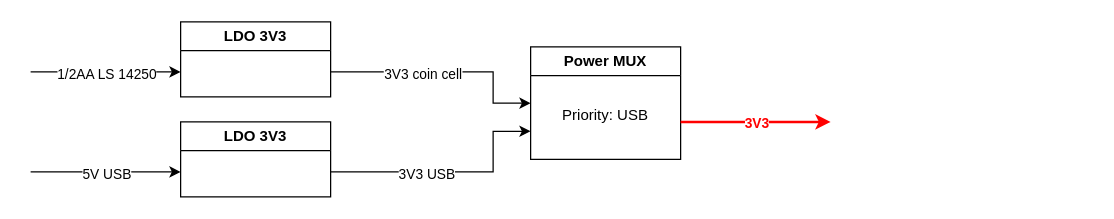
This is 2026_C_AV_FDR/Documents/power_rail_FDR.drawio from EPFLRocketTeam/2026_C_AV_HARDWARE, a draw.io file, before an edit. Source tidied: cells renumbered, new cells numbered last; positions are measured from the earlier drawing's top-left corner, leaving out a move shared by most shapes. Both pictures are drawn from the tidied source at 125%, with x=0, y=0 at pixel (30, 21).
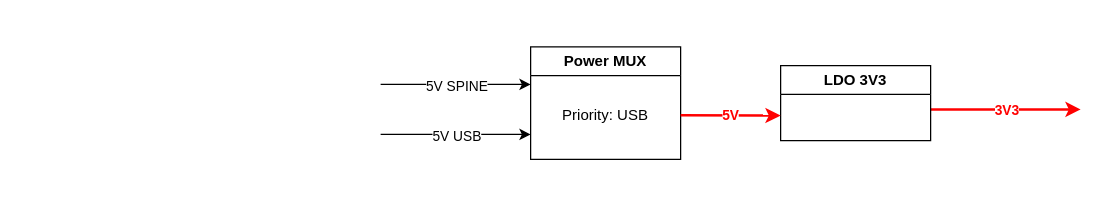
After the change.

The change refers to these unchanged cells:
```xml
<mxCell id="6" value="Power MUX" style="swimlane;whiteSpace=wrap;html=1;" parent="1" vertex="1">
  <mxGeometry x="400" y="20" width="120" height="90" as="geometry" />
</mxCell>
```

Change to the diagram source:
```diff
@@
     <mxCell id="2" style="endArrow=classic;html=1;rounded=0;" parent="1" edge="1">
       <mxGeometry relative="1" as="geometry">
-        <mxPoint y="40" as="sourcePoint" />
-        <mxPoint x="120" y="40" as="targetPoint" />
+        <mxPoint x="280" y="50" as="sourcePoint" />
+        <mxPoint x="400" y="50" as="targetPoint" />
       </mxGeometry>
     </mxCell>
-    <mxCell id="3" value="1/2AA LS 14250" style="edgeLabel;html=1;align=center;verticalAlign=middle;" parent="2" vertex="1">
+    <mxCell id="3" value="5V SPINE" style="edgeLabel;html=1;align=center;verticalAlign=middle;" parent="2" vertex="1">
       <mxGeometry y="-1" relative="1" as="geometry" />
     </mxCell>
     <mxCell id="4" style="endArrow=classic;html=1;rounded=0;" parent="1" edge="1">
       <mxGeometry relative="1" as="geometry">
-        <mxPoint y="120" as="sourcePoint" />
-        <mxPoint x="120" y="120" as="targetPoint" />
+        <mxPoint x="280" y="90" as="sourcePoint" />
+        <mxPoint x="400" y="90" as="targetPoint" />
       </mxGeometry>
     </mxCell>
@@
-    <mxCell id="8" value="LDO 3V3" style="swimlane;whiteSpace=wrap;html=1;" parent="1" vertex="1">
-      <mxGeometry x="120" y="80" width="120" height="60" as="geometry" />
-    </mxCell>
-    <mxCell id="9" value="LDO 3V3" style="swimlane;whiteSpace=wrap;html=1;" parent="1" vertex="1">
-      <mxGeometry x="120" width="120" height="60" as="geometry" />
-    </mxCell>
-    <mxCell id="10" style="endArrow=classic;html=1;rounded=0;edgeStyle=orthogonalEdgeStyle;entryX=0;entryY=0.5;entryDx=0;entryDy=0;" parent="1" edge="1" target="6">
-      <mxGeometry relative="1" as="geometry">
-        <mxPoint x="240" y="40" as="sourcePoint" />
-        <Array as="points">
-          <mxPoint x="370" y="40" />
-          <mxPoint x="370" y="65" />
-        </Array>
-      </mxGeometry>
-    </mxCell>
-    <mxCell id="11" value="3V3 coin cell" style="edgeLabel;html=1;align=center;verticalAlign=middle;" parent="10" vertex="1">
-      <mxGeometry y="-1" relative="1" as="geometry">
-        <mxPoint x="-20" as="offset" />
-      </mxGeometry>
-    </mxCell>
-    <mxCell id="12" style="endArrow=classic;html=1;rounded=0;edgeStyle=orthogonalEdgeStyle;entryX=0;entryY=0.75;entryDx=0;entryDy=0;" parent="1" edge="1" target="6">
-      <mxGeometry relative="1" as="geometry">
-        <mxPoint x="240" y="120" as="sourcePoint" />
-        <Array as="points">
-          <mxPoint x="370" y="120" />
-          <mxPoint x="370" y="87" />
-          <mxPoint x="400" y="87" />
-        </Array>
-      </mxGeometry>
-    </mxCell>
-    <mxCell id="13" value="3V3 USB" style="edgeLabel;html=1;align=center;verticalAlign=middle;" parent="12" vertex="1">
-      <mxGeometry y="-1" relative="1" as="geometry">
-        <mxPoint x="-20" as="offset" />
-      </mxGeometry>
-    </mxCell>
     <mxCell id="14" style="endArrow=classic;html=1;rounded=0;strokeColor=#FF0000;strokeWidth=2;" parent="1" edge="1">
       <mxGeometry relative="1" as="geometry">
-        <mxPoint x="520" y="80" as="sourcePoint" />
-        <mxPoint x="640" y="80" as="targetPoint" />
+        <mxPoint x="720" y="70" as="sourcePoint" />
+        <mxPoint x="840" y="70" as="targetPoint" />
       </mxGeometry>
     </mxCell>
@@
+    <mxCell id="16" value="LDO 3V3" style="swimlane;whiteSpace=wrap;html=1;" parent="1" vertex="1">
+      <mxGeometry x="600" y="35" width="120" height="60" as="geometry" />
+    </mxCell>
+    <mxCell id="17" style="endArrow=classic;html=1;rounded=0;strokeColor=#FF0000;strokeWidth=2;" parent="16" edge="1">
+      <mxGeometry relative="1" as="geometry">
+        <mxPoint x="-80" y="39.7" as="sourcePoint" />
+        <mxPoint y="40" as="targetPoint" />
+      </mxGeometry>
+    </mxCell>
+    <mxCell id="18" value="&lt;b&gt;&lt;font style=&quot;color: rgb(255, 0, 0);&quot;&gt;5V&lt;/font&gt;&lt;/b&gt;" style="edgeLabel;html=1;align=center;verticalAlign=middle;" parent="17" vertex="1">
+      <mxGeometry x="0.42" y="-1" relative="1" as="geometry">
+        <mxPoint x="-17" y="-1" as="offset" />
+      </mxGeometry>
+    </mxCell>
```
